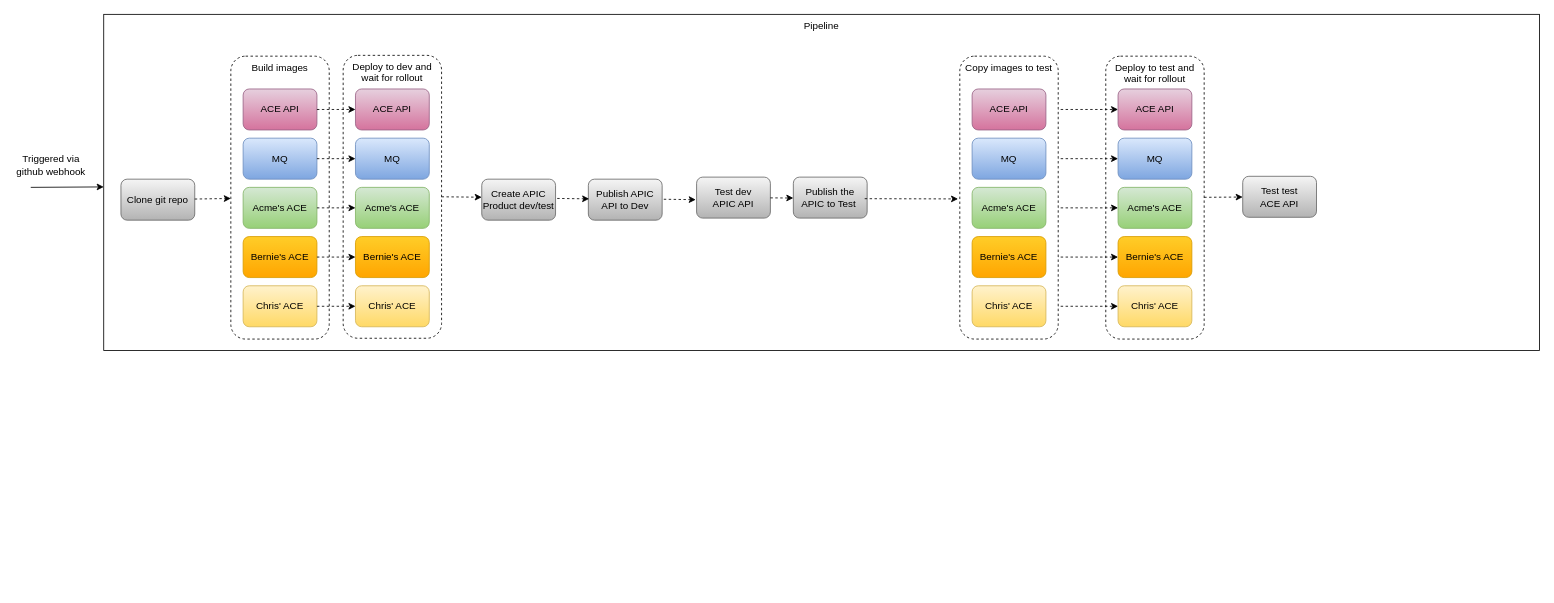
This is DrivewayDentDeletion/media/dev-test-apic-pipeline.drawio from IBM/cp4i-deployment-samples, a draw.io file, before an edit. Source tidied: cells renumbered, new cells numbered last; positions are measured from the earlier drawing's top-left corner, leaving out a move shared by most shapes. Both pictures are drawn from the tidied source at 82%, with x=0, y=0 at pixel (14, 14).
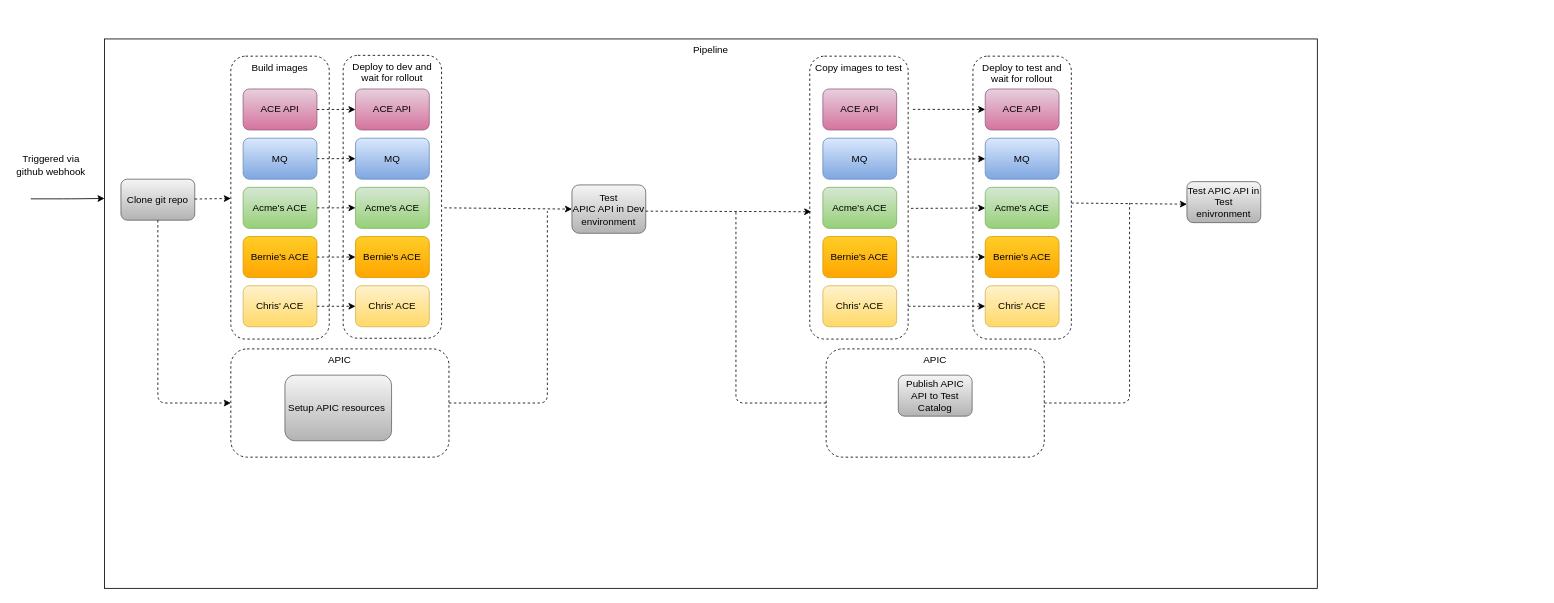
Above is the later version.

The change refers to these unchanged cells:
```xml
<mxCell id="3" value="Deploy to dev and wait for rollout" style="rounded=1;whiteSpace=wrap;html=1;verticalAlign=top;dashed=1;" parent="1" vertex="1">
  <mxGeometry x="401" y="50" width="120" height="345" as="geometry" />
</mxCell>
<mxCell id="21" value="Deploy to test and wait for rollout" style="rounded=1;whiteSpace=wrap;html=1;verticalAlign=top;dashed=1;" parent="20" vertex="1">
  <mxGeometry width="120" height="345" as="geometry" />
</mxCell>
<mxCell id="22" value="ACE API" style="rounded=1;whiteSpace=wrap;html=1;fillColor=#e6d0de;strokeColor=#996185;gradientColor=#d5739d;" parent="20" vertex="1">
  <mxGeometry x="15" y="40" width="90" height="50" as="geometry" />
</mxCell>
<mxCell id="23" value="MQ" style="rounded=1;whiteSpace=wrap;html=1;fillColor=#dae8fc;strokeColor=#6c8ebf;gradientColor=#7ea6e0;" parent="20" vertex="1">
  <mxGeometry x="15" y="100" width="90" height="50" as="geometry" />
</mxCell>
<mxCell id="24" value="Acme's ACE" style="rounded=1;whiteSpace=wrap;html=1;fillColor=#d5e8d4;strokeColor=#82b366;gradientColor=#97d077;" parent="20" vertex="1">
  <mxGeometry x="15" y="160" width="90" height="50" as="geometry" />
</mxCell>
<mxCell id="25" value="Bernie's ACE" style="rounded=1;whiteSpace=wrap;html=1;fillColor=#ffcd28;strokeColor=#d79b00;gradientColor=#ffa500;" parent="20" vertex="1">
  <mxGeometry x="15" y="220" width="90" height="50" as="geometry" />
</mxCell>
<mxCell id="26" value="Chris' ACE" style="rounded=1;whiteSpace=wrap;html=1;fillColor=#fff2cc;strokeColor=#d6b656;gradientColor=#ffd966;" parent="20" vertex="1">
  <mxGeometry x="15" y="280" width="90" height="50" as="geometry" />
</mxCell>
<mxCell id="34" value="Clone git repo" style="rounded=1;whiteSpace=wrap;html=1;fillColor=#f5f5f5;strokeColor=#666666;gradientColor=#b3b3b3;" parent="1" vertex="1">
  <mxGeometry x="130" y="201" width="90" height="50" as="geometry" />
</mxCell>
<mxCell id="43" style="group;" parent="1" vertex="1">
  <mxGeometry x="1153" y="51" width="120" height="345" as="geometry" />
</mxCell>
```

The edit, as a diff of the source:
```diff
@@
     <mxCell id="2" value="Pipeline" style="rounded=0;whiteSpace=wrap;html=1;verticalAlign=top;" parent="1" vertex="1">
-      <mxGeometry x="109" width="1751" height="410" as="geometry" />
+      <mxGeometry x="110" y="30" width="1479" height="670" as="geometry" />
     </mxCell>
@@
-    <mxCell id="4" style="endArrow=classic;html=1;" parent="1" edge="1" target="2">
-      <mxGeometry relative="1" as="geometry">
-        <mxPoint x="20" y="211" as="sourcePoint" />
-      </mxGeometry>
-    </mxCell>
@@
-    <mxCell id="18" value="Test dev&lt;br&gt;APIC API" style="rounded=1;whiteSpace=wrap;html=1;fillColor=#f5f5f5;strokeColor=#666666;gradientColor=#b3b3b3;" parent="1" vertex="1">
-      <mxGeometry x="832" y="198.5" width="90" height="50" as="geometry" />
+    <mxCell id="18" value="Test&lt;br&gt;APIC API in Dev environment" style="rounded=1;whiteSpace=wrap;html=1;fillColor=#f5f5f5;strokeColor=#666666;gradientColor=#b3b3b3;" parent="1" vertex="1">
+      <mxGeometry x="680" y="208" width="90" height="59" as="geometry" />
     </mxCell>
     <mxCell id="19" style="group;dashed=1;strokeColor=none;" parent="1" vertex="1">
-      <mxGeometry x="798" y="51" width="120" height="345" as="geometry" />
+      <mxGeometry x="636" y="51" width="120" height="345" as="geometry" />
     </mxCell>
@@
-    <mxCell id="27" style="endArrow=classic;html=1;dashed=1;" parent="1" edge="1" source="46" target="23">
+    <mxCell id="27" style="endArrow=classic;html=1;dashed=1;exitX=1.008;exitY=0.364;exitDx=0;exitDy=0;exitPerimeter=0;" parent="1" edge="1" source="44" target="23">
       <mxGeometry relative="1" as="geometry" />
     </mxCell>
-    <mxCell id="28" style="endArrow=classic;html=1;dashed=1;" parent="1" edge="1" source="47" target="24">
+    <mxCell id="28" style="endArrow=classic;html=1;dashed=1;exitX=1.028;exitY=0.538;exitDx=0;exitDy=0;exitPerimeter=0;" parent="1" edge="1" source="44" target="24">
       <mxGeometry relative="1" as="geometry" />
     </mxCell>
-    <mxCell id="29" style="endArrow=classic;html=1;dashed=1;" parent="1" edge="1" source="48" target="25">
+    <mxCell id="29" style="endArrow=classic;html=1;dashed=1;exitX=1.035;exitY=0.71;exitDx=0;exitDy=0;exitPerimeter=0;" parent="1" edge="1" source="44" target="25">
       <mxGeometry relative="1" as="geometry" />
     </mxCell>
-    <mxCell id="30" style="endArrow=classic;html=1;dashed=1;" parent="1" edge="1" source="49" target="26">
+    <mxCell id="30" style="endArrow=classic;html=1;dashed=1;exitX=1;exitY=0.884;exitDx=0;exitDy=0;exitPerimeter=0;" parent="1" edge="1" source="44" target="26">
       <mxGeometry relative="1" as="geometry" />
     </mxCell>
-    <mxCell id="31" style="endArrow=classic;html=1;dashed=1;" parent="1" edge="1" source="45" target="22">
+    <mxCell id="31" style="endArrow=classic;html=1;dashed=1;exitX=1.048;exitY=0.188;exitDx=0;exitDy=0;exitPerimeter=0;" parent="1" edge="1" source="44" target="22">
       <mxGeometry relative="1" as="geometry" />
     </mxCell>
-    <mxCell id="32" style="endArrow=classic;html=1;dashed=1;exitX=1;exitY=0.5;exitDx=0;exitDy=0;" parent="1" edge="1" source="3">
-      <mxGeometry relative="1" as="geometry">
-        <mxPoint x="570" y="223" as="targetPoint" />
-      </mxGeometry>
-    </mxCell>
-    <mxCell id="33" style="endArrow=classic;html=1;dashed=1;" parent="1" edge="1" source="18">
-      <mxGeometry relative="1" as="geometry">
-        <mxPoint x="950" y="224" as="targetPoint" />
-      </mxGeometry>
-    </mxCell>
@@
-    <mxCell id="41" value="Test test&lt;br&gt;ACE API" style="rounded=1;whiteSpace=wrap;html=1;fillColor=#f5f5f5;strokeColor=#666666;gradientColor=#b3b3b3;" parent="1" vertex="1">
-      <mxGeometry x="1498" y="197.5" width="90" height="50" as="geometry" />
+    <mxCell id="41" value="Test APIC API in Test enivronment" style="rounded=1;whiteSpace=wrap;html=1;fillColor=#f5f5f5;strokeColor=#666666;gradientColor=#b3b3b3;" parent="1" vertex="1">
+      <mxGeometry x="1430" y="204" width="90" height="50" as="geometry" />
     </mxCell>
-    <mxCell id="42" style="endArrow=classic;html=1;dashed=1;" parent="1" edge="1" source="21" target="41">
-      <mxGeometry relative="1" as="geometry" />
+    <mxCell id="42" style="endArrow=classic;html=1;dashed=1;" parent="1" edge="1">
+      <mxGeometry relative="1" as="geometry">
+        <mxPoint x="1289" y="230.1" as="sourcePoint" />
+        <mxPoint x="1430" y="231.5" as="targetPoint" />
+      </mxGeometry>
     </mxCell>
@@
+    <mxCell id="56" style="group;" parent="43" vertex="1">
+      <mxGeometry x="-183" width="120" height="345" as="geometry" />
+    </mxCell>
-    <mxCell id="44" value="Copy images to test" style="rounded=1;whiteSpace=wrap;html=1;horizontal=1;verticalAlign=top;dashed=1;" parent="43" vertex="1">
+    <mxCell id="44" value="Copy images to test" style="rounded=1;whiteSpace=wrap;html=1;horizontal=1;verticalAlign=top;dashed=1;" parent="56" vertex="1">
       <mxGeometry width="120" height="345" as="geometry" />
     </mxCell>
-    <mxCell id="45" value="ACE API" style="rounded=1;whiteSpace=wrap;html=1;fillColor=#e6d0de;strokeColor=#996185;gradientColor=#d5739d;" parent="43" vertex="1">
-      <mxGeometry x="15" y="40" width="90" height="50" as="geometry" />
+    <mxCell id="45" value="ACE API" style="rounded=1;whiteSpace=wrap;html=1;fillColor=#e6d0de;strokeColor=#996185;gradientColor=#d5739d;" parent="56" vertex="1">
+      <mxGeometry x="16" y="40" width="90" height="50" as="geometry" />
     </mxCell>
-    <mxCell id="46" value="MQ" style="rounded=1;whiteSpace=wrap;html=1;fillColor=#dae8fc;strokeColor=#6c8ebf;gradientColor=#7ea6e0;" parent="43" vertex="1">
-      <mxGeometry x="15" y="100" width="90" height="50" as="geometry" />
+    <mxCell id="46" value="MQ" style="rounded=1;whiteSpace=wrap;html=1;fillColor=#dae8fc;strokeColor=#6c8ebf;gradientColor=#7ea6e0;" parent="56" vertex="1">
+      <mxGeometry x="16" y="100" width="90" height="50" as="geometry" />
     </mxCell>
-    <mxCell id="47" value="Acme's ACE" style="rounded=1;whiteSpace=wrap;html=1;fillColor=#d5e8d4;strokeColor=#82b366;gradientColor=#97d077;" parent="43" vertex="1">
-      <mxGeometry x="15" y="160" width="90" height="50" as="geometry" />
+    <mxCell id="47" value="Acme's ACE" style="rounded=1;whiteSpace=wrap;html=1;fillColor=#d5e8d4;strokeColor=#82b366;gradientColor=#97d077;" parent="56" vertex="1">
+      <mxGeometry x="16" y="160" width="90" height="50" as="geometry" />
     </mxCell>
-    <mxCell id="48" value="Bernie's ACE" style="rounded=1;whiteSpace=wrap;html=1;fillColor=#ffcd28;strokeColor=#d79b00;gradientColor=#ffa500;" parent="43" vertex="1">
-      <mxGeometry x="15" y="220" width="90" height="50" as="geometry" />
+    <mxCell id="48" value="Bernie's ACE" style="rounded=1;whiteSpace=wrap;html=1;fillColor=#ffcd28;strokeColor=#d79b00;gradientColor=#ffa500;" parent="56" vertex="1">
+      <mxGeometry x="16" y="220" width="90" height="50" as="geometry" />
     </mxCell>
-    <mxCell id="49" value="Chris' ACE" style="rounded=1;whiteSpace=wrap;html=1;fillColor=#fff2cc;strokeColor=#d6b656;gradientColor=#ffd966;" parent="43" vertex="1">
-      <mxGeometry x="15" y="280" width="90" height="50" as="geometry" />
+    <mxCell id="49" value="Chris' ACE" style="rounded=1;whiteSpace=wrap;html=1;fillColor=#fff2cc;strokeColor=#d6b656;gradientColor=#ffd966;" parent="56" vertex="1">
+      <mxGeometry x="16" y="280" width="90" height="50" as="geometry" />
     </mxCell>
+    <mxCell id="52" style="endArrow=classic;html=1;dashed=1;exitX=1;exitY=0.5;exitDx=0;exitDy=0;" parent="1" edge="1">
+      <mxGeometry relative="1" as="geometry">
+        <mxPoint x="393" y="462.5" as="sourcePoint" />
+        <mxPoint x="432" y="463" as="targetPoint" />
+      </mxGeometry>
+    </mxCell>
+    <mxCell id="57" value="APIC" style="rounded=1;whiteSpace=wrap;html=1;horizontal=1;verticalAlign=top;dashed=1;" parent="1" vertex="1">
+      <mxGeometry x="264" y="408" width="266" height="132" as="geometry" />
+    </mxCell>
-    <mxCell id="50" value="Create APIC Product dev/test" style="rounded=1;whiteSpace=wrap;html=1;fillColor=#f5f5f5;strokeColor=#666666;gradientColor=#b3b3b3;" parent="1" vertex="1">
-      <mxGeometry x="570" y="201" width="90" height="50" as="geometry" />
+    <mxCell id="50" value="Setup APIC resources&amp;nbsp;" style="rounded=1;whiteSpace=wrap;html=1;fillColor=#f5f5f5;strokeColor=#666666;gradientColor=#b3b3b3;" parent="1" vertex="1">
+      <mxGeometry x="330" y="440" width="130" height="80" as="geometry" />
     </mxCell>
-    <mxCell id="51" value="Publish APIC API to Dev" style="rounded=1;whiteSpace=wrap;html=1;fillColor=#f5f5f5;strokeColor=#666666;gradientColor=#b3b3b3;" parent="1" vertex="1">
-      <mxGeometry x="700" y="201" width="90" height="50" as="geometry" />
-    </mxCell>
-    <mxCell id="52" style="endArrow=classic;html=1;dashed=1;exitX=1;exitY=0.5;exitDx=0;exitDy=0;" parent="1" edge="1">
-      <mxGeometry relative="1" as="geometry">
-        <mxPoint x="662" y="224.5" as="sourcePoint" />
-        <mxPoint x="701" y="225" as="targetPoint" />
-      </mxGeometry>
-    </mxCell>
-    <mxCell id="53" style="endArrow=classic;html=1;dashed=1;exitX=1;exitY=0.5;exitDx=0;exitDy=0;" parent="1" edge="1">
-      <mxGeometry relative="1" as="geometry">
-        <mxPoint x="792" y="225.5" as="sourcePoint" />
-        <mxPoint x="831" y="226" as="targetPoint" />
-      </mxGeometry>
-    </mxCell>
+    <mxCell id="58" style="endArrow=classic;html=1;" parent="1" edge="1">
+      <mxGeometry relative="1" as="geometry">
+        <mxPoint x="20" y="225" as="sourcePoint" />
+        <mxPoint x="110" y="224.5" as="targetPoint" />
+        <Array as="points">
+          <mxPoint x="70" y="225" />
+        </Array>
+      </mxGeometry>
+    </mxCell>
+    <mxCell id="59" style="endArrow=classic;html=1;strokeColor=#000000;entryX=0;entryY=0.5;entryDx=0;entryDy=0;exitX=1.028;exitY=0.539;exitDx=0;exitDy=0;exitPerimeter=0;dashed=1;" parent="1" edge="1" source="3" target="18">
+      <mxGeometry relative="1" as="geometry" />
+    </mxCell>
+    <mxCell id="60" style="endArrow=none;dashed=1;html=1;strokeColor=#000000;exitX=1;exitY=0.5;exitDx=0;exitDy=0;" parent="1" edge="1" source="57">
+      <mxGeometry relative="1" as="geometry">
+        <mxPoint x="650" y="240" as="targetPoint" />
+        <Array as="points">
+          <mxPoint x="650" y="474" />
+        </Array>
+      </mxGeometry>
+    </mxCell>
+    <mxCell id="61" style="endArrow=classic;html=1;dashed=1;strokeColor=#000000;entryX=0.015;entryY=0.55;entryDx=0;entryDy=0;entryPerimeter=0;" parent="1" edge="1" target="44">
+      <mxGeometry relative="1" as="geometry">
+        <mxPoint x="770" y="240" as="sourcePoint" />
+      </mxGeometry>
+    </mxCell>
+    <mxCell id="62" value="APIC" style="rounded=1;whiteSpace=wrap;html=1;horizontal=1;verticalAlign=top;dashed=1;" parent="1" vertex="1">
+      <mxGeometry x="990" y="408" width="266" height="132" as="geometry" />
+    </mxCell>
-    <mxCell id="54" value="Publish the APIC to Test&amp;nbsp;" style="rounded=1;whiteSpace=wrap;html=1;fillColor=#f5f5f5;strokeColor=#666666;gradientColor=#b3b3b3;" parent="1" vertex="1">
-      <mxGeometry x="950" y="198.5" width="90" height="50" as="geometry" />
+    <mxCell id="54" value="Publish APIC API to Test Catalog" style="rounded=1;whiteSpace=wrap;html=1;fillColor=#f5f5f5;strokeColor=#666666;gradientColor=#b3b3b3;" parent="1" vertex="1">
+      <mxGeometry x="1078" y="440" width="90" height="50" as="geometry" />
     </mxCell>
-    <mxCell id="55" style="endArrow=classic;html=1;dashed=1;entryX=0.595;entryY=0.549;entryDx=0;entryDy=0;entryPerimeter=0;" parent="1" edge="1" target="2">
-      <mxGeometry relative="1" as="geometry">
-        <mxPoint x="1037" y="224.8" as="sourcePoint" />
-      </mxGeometry>
-    </mxCell>
+    <mxCell id="63" style="endArrow=none;dashed=1;html=1;strokeColor=#000000;exitX=0;exitY=0.5;exitDx=0;exitDy=0;" parent="1" edge="1" source="62">
+      <mxGeometry relative="1" as="geometry">
+        <mxPoint x="880" y="240" as="targetPoint" />
+        <Array as="points">
+          <mxPoint x="880" y="474" />
+        </Array>
+      </mxGeometry>
+    </mxCell>
+    <mxCell id="64" style="endArrow=none;dashed=1;html=1;strokeColor=#000000;exitX=1;exitY=0.5;exitDx=0;exitDy=0;" parent="1" edge="1" source="62">
+      <mxGeometry relative="1" as="geometry">
+        <mxPoint x="1360" y="230" as="targetPoint" />
+        <Array as="points">
+          <mxPoint x="1360" y="474" />
+        </Array>
+      </mxGeometry>
+    </mxCell>
+    <mxCell id="65" style="endArrow=classic;html=1;dashed=1;strokeColor=#000000;entryX=0;entryY=0.5;entryDx=0;entryDy=0;exitX=0.5;exitY=1;exitDx=0;exitDy=0;" parent="1" edge="1" source="34" target="57">
+      <mxGeometry relative="1" as="geometry">
+        <Array as="points">
+          <mxPoint x="175" y="474" />
+        </Array>
+      </mxGeometry>
+    </mxCell>
```
